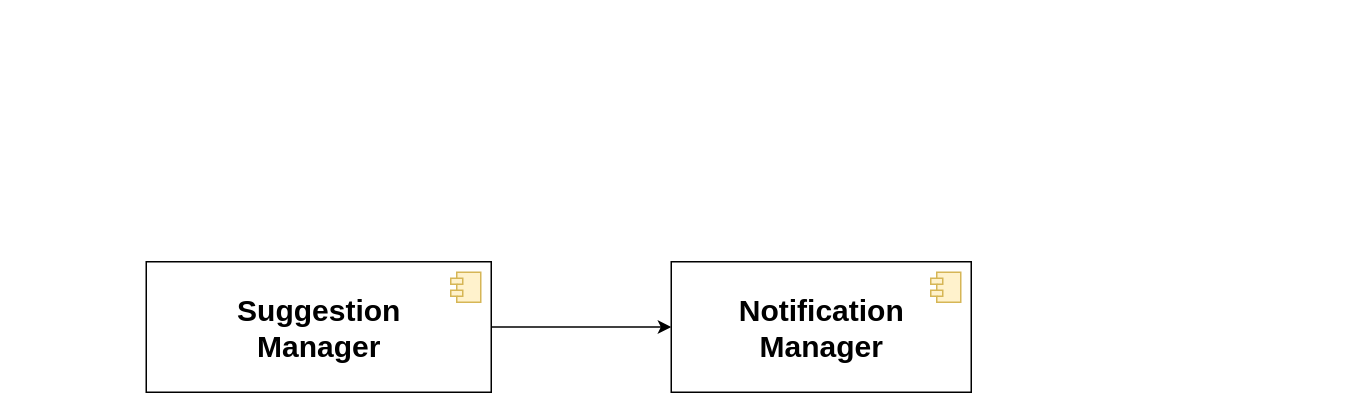
Above: DD/src/Integration/eMSP_Suggestion.drawio in gio-del/eMall (draw.io), before the change. Source tidied: cells renumbered, new cells numbered last; positions are measured from the earlier drawing's top-left corner, leaving out a move shared by most shapes. Both pictures are drawn from the tidied source at 150%, with x=0, y=0 at pixel (146, 261).
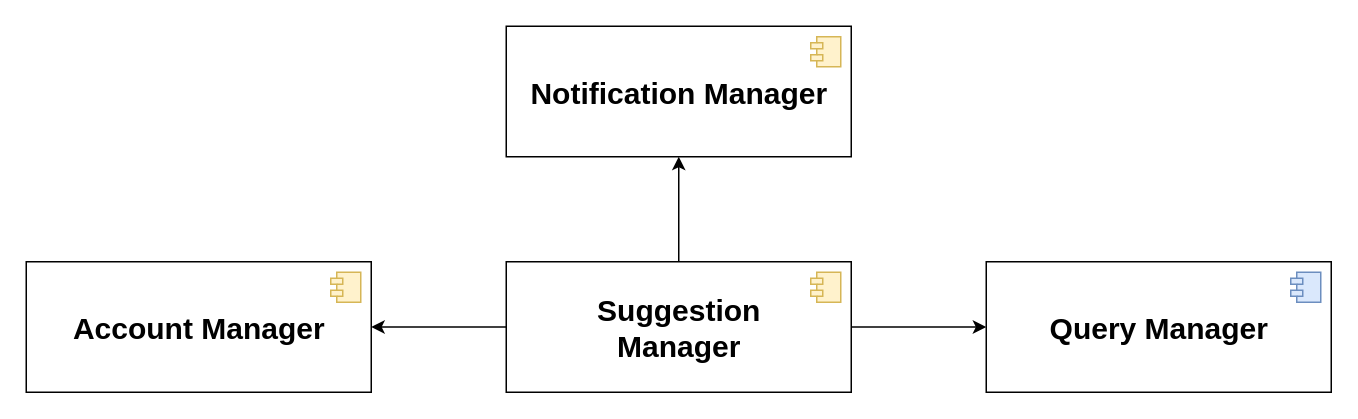
The same page after the edit.

The edit, as a diff of the source:
```diff
@@
 <mxGraphModel>
   <root>
     <mxCell id="0" />
     <mxCell id="1" parent="0" />
-    <mxCell id="2" value="&lt;b style=&quot;font-size: 20px&quot;&gt;Notification&lt;br&gt;Manager&lt;br&gt;&lt;/b&gt;" style="html=1;fontSize=20;sketch=0;" parent="1" vertex="1">
-      <mxGeometry x="350" width="200" height="87" as="geometry" />
+    <mxCell id="2" value="&lt;b style=&quot;font-size: 20px&quot;&gt;Notification Manager&lt;br&gt;&lt;/b&gt;" style="html=1;fontSize=20;sketch=0;" parent="1" vertex="1">
+      <mxGeometry x="240" y="-157" width="230" height="87" as="geometry" />
     </mxCell>
     <mxCell id="3" style="shape=module;jettyWidth=8;jettyHeight=4;fontSize=20;fillColor=#fff2cc;strokeColor=#d6b656;" parent="2" vertex="1">
       <mxGeometry x="1" width="20" height="20" relative="1" as="geometry">
         <mxPoint x="-27" y="7" as="offset" />
       </mxGeometry>
     </mxCell>
     <mxCell id="4" value="&lt;b&gt;Suggestion&lt;br&gt;Manager&lt;br&gt;&lt;/b&gt;" style="html=1;fontSize=20;sketch=0;" parent="1" vertex="1">
-      <mxGeometry width="230" height="87" as="geometry" />
+      <mxGeometry x="240" width="230" height="87" as="geometry" />
     </mxCell>
     <mxCell id="5" style="shape=module;jettyWidth=8;jettyHeight=4;fontSize=20;fillColor=#fff2cc;strokeColor=#d6b656;" parent="4" vertex="1">
       <mxGeometry x="1" width="20" height="20" relative="1" as="geometry">
         <mxPoint x="-27" y="7" as="offset" />
       </mxGeometry>
     </mxCell>
-    <mxCell id="6" style="endArrow=classic;html=1;exitX=1;exitY=0.5;exitDx=0;exitDy=0;entryX=0;entryY=0.5;entryDx=0;entryDy=0;" parent="1" edge="1" source="4" target="2">
+    <mxCell id="6" style="endArrow=classic;html=1;exitX=0.5;exitY=0;exitDx=0;exitDy=0;entryX=0.5;entryY=1;entryDx=0;entryDy=0;" parent="1" edge="1" source="4" target="2">
       <mxGeometry relative="1" as="geometry" />
     </mxCell>
+    <mxCell id="7" value="&lt;b style=&quot;font-size: 20px&quot;&gt;Account Manager&lt;br&gt;&lt;/b&gt;" style="html=1;fontSize=20;sketch=0;" parent="1" vertex="1">
+      <mxGeometry x="-80" width="230" height="87" as="geometry" />
+    </mxCell>
+    <mxCell id="8" style="shape=module;jettyWidth=8;jettyHeight=4;fontSize=20;fillColor=#fff2cc;strokeColor=#d6b656;" parent="7" vertex="1">
+      <mxGeometry x="1" width="20" height="20" relative="1" as="geometry">
+        <mxPoint x="-27" y="7" as="offset" />
+      </mxGeometry>
+    </mxCell>
+    <mxCell id="9" value="&lt;b style=&quot;font-size: 20px&quot;&gt;Query Manager&lt;br&gt;&lt;/b&gt;" style="html=1;fontSize=20;sketch=0;" parent="1" vertex="1">
+      <mxGeometry x="560" width="230" height="87" as="geometry" />
+    </mxCell>
+    <mxCell id="10" style="shape=module;jettyWidth=8;jettyHeight=4;fontSize=20;fillColor=#dae8fc;strokeColor=#6c8ebf;" parent="9" vertex="1">
+      <mxGeometry x="1" width="20" height="20" relative="1" as="geometry">
+        <mxPoint x="-27" y="7" as="offset" />
+      </mxGeometry>
+    </mxCell>
+    <mxCell id="11" style="endArrow=classic;html=1;exitX=1;exitY=0.5;exitDx=0;exitDy=0;" parent="1" edge="1" source="4" target="9">
+      <mxGeometry relative="1" as="geometry" />
+    </mxCell>
+    <mxCell id="12" style="endArrow=classic;html=1;exitX=0;exitY=0.5;exitDx=0;exitDy=0;entryX=1;entryY=0.5;entryDx=0;entryDy=0;" parent="1" edge="1" source="4" target="7">
+      <mxGeometry relative="1" as="geometry" />
+    </mxCell>
   </root>
 </mxGraphModel>
```
